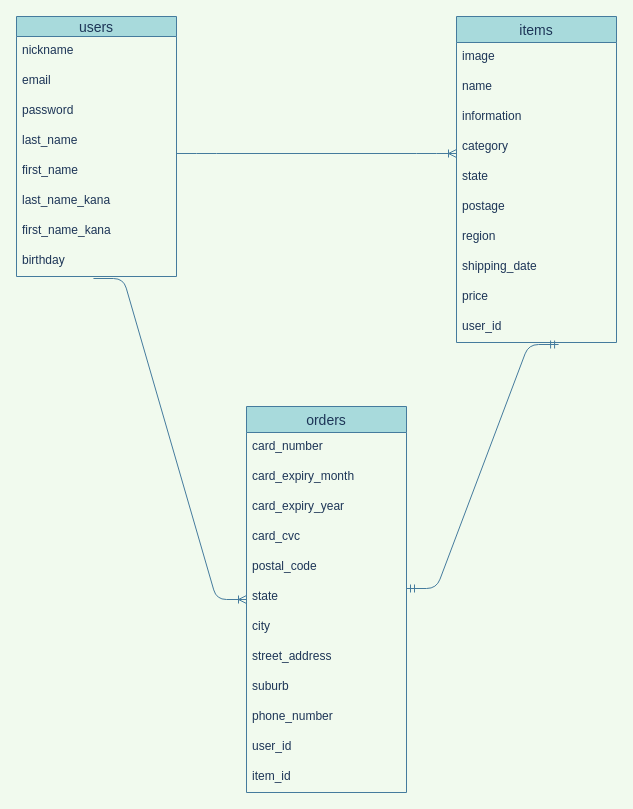
This is ER.dio from hosshan0514/furima-35428, a draw.io file, before an edit. Source tidied: cells renumbered, new cells numbered last; positions are measured from the earlier drawing's top-left corner, leaving out a move shared by most shapes. Both pictures are drawn from the tidied source at 100%, with x=0, y=0 at pixel (16, 16).
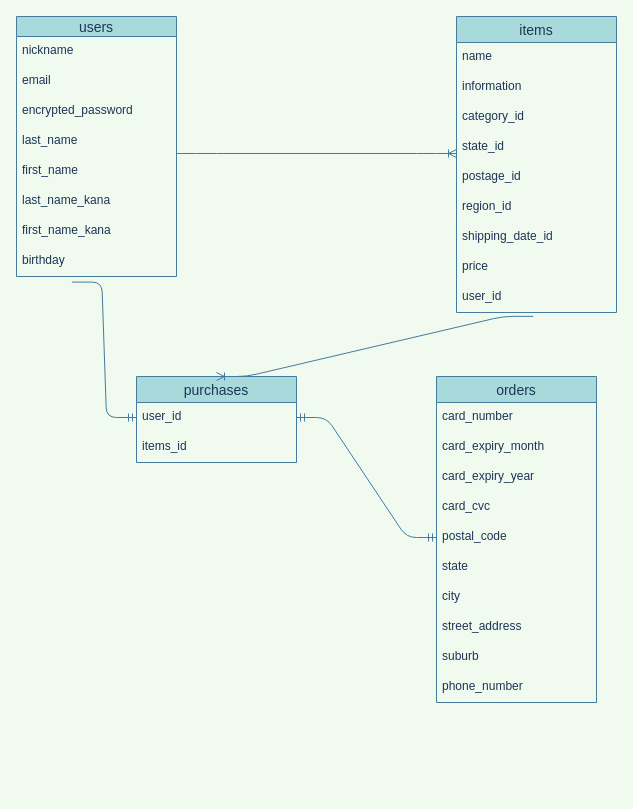
After the change.

Commit message (it also covers changes not shown here):
データベース設計：修正１回目

Unchanged cells that the change refers to:
```xml
<mxCell id="2" value="users" style="swimlane;fontStyle=0;horizontal=1;startSize=20;align=center;fontSize=14;fillColor=#A8DADC;strokeColor=#457B9D;fontColor=#1D3557;" parent="1" vertex="1">
  <mxGeometry width="160" height="260" as="geometry" />
</mxCell>
<mxCell id="7" value="first_name" style="text;strokeColor=none;fillColor=none;spacingLeft=4;spacingRight=4;overflow=hidden;points=[[0,0.5],[1,0.5]];portConstraint=eastwest;fontSize=12;fontColor=#1D3557;" parent="2" vertex="1">
  <mxGeometry y="140" width="160" height="30" as="geometry" />
</mxCell>
<mxCell id="10" value="birthday" style="text;spacingLeft=4;spacingRight=4;overflow=hidden;points=[[0,0.5],[1,0.5]];portConstraint=eastwest;fontSize=12;fontColor=#1D3557;" parent="2" vertex="1">
  <mxGeometry y="230" width="160" height="30" as="geometry" />
</mxCell>
<mxCell id="29" value="postal_code" style="text;strokeColor=none;fillColor=none;spacingLeft=4;spacingRight=4;overflow=hidden;points=[[0,0.5],[1,0.5]];portConstraint=eastwest;fontSize=12;fontColor=#1D3557;" parent="24" vertex="1">
  <mxGeometry y="146" width="160" height="30" as="geometry" />
</mxCell>
<mxCell id="30" value="state" style="text;strokeColor=none;fillColor=none;spacingLeft=4;spacingRight=4;overflow=hidden;points=[[0,0.5],[1,0.5]];portConstraint=eastwest;fontSize=12;fontColor=#1D3557;" parent="24" vertex="1">
  <mxGeometry y="176" width="160" height="30" as="geometry" />
</mxCell>
```

Diff of the diagram source:
```diff
@@
-    <mxCell id="5" value="password&#10;&#10;" style="text;strokeColor=none;fillColor=none;spacingLeft=4;spacingRight=4;overflow=hidden;fontSize=12;fontColor=#1D3557;" parent="2" vertex="1">
+    <mxCell id="5" value="encrypted_password&#10;" style="text;strokeColor=none;fillColor=none;spacingLeft=4;spacingRight=4;overflow=hidden;fontSize=12;fontColor=#1D3557;" parent="2" vertex="1">
       <mxGeometry y="80" width="160" height="30" as="geometry" />
     </mxCell>
@@
-    <mxCell id="11" style="edgeStyle=entityRelationEdgeStyle;fontSize=12;html=1;endArrow=ERoneToMany;exitX=1;exitY=-0.1;exitDx=0;exitDy=0;exitPerimeter=0;labelBackgroundColor=#F1FAEE;strokeColor=#457B9D;fontColor=#1D3557;" parent="1" edge="1" source="7">
+    <mxCell id="11" style="edgeStyle=entityRelationEdgeStyle;fontSize=12;html=1;endArrow=ERoneToMany;exitX=1;exitY=-0.1;exitDx=0;exitDy=0;exitPerimeter=0;strokeColor=#457B9D;fontColor=#1D3557;labelBackgroundColor=#F1FAEE;" parent="1" edge="1" source="7">
       <mxGeometry relative="1" as="geometry">
         <mxPoint x="440" y="137" as="targetPoint" />
       </mxGeometry>
     </mxCell>
     <mxCell id="12" value="items" style="swimlane;fontStyle=0;horizontal=1;startSize=26;align=center;fontSize=14;fillColor=#A8DADC;strokeColor=#457B9D;fontColor=#1D3557;" parent="1" vertex="1">
-      <mxGeometry x="440" width="160" height="326" as="geometry" />
+      <mxGeometry x="440" width="160" height="296" as="geometry" />
     </mxCell>
-    <mxCell id="13" value="image" style="text;strokeColor=none;fillColor=none;spacingLeft=4;spacingRight=4;overflow=hidden;fontSize=12;fontColor=#1D3557;" parent="12" vertex="1">
-      <mxGeometry y="26" width="160" height="30" as="geometry" />
-    </mxCell>
     <mxCell id="14" value="name" style="text;strokeColor=none;fillColor=none;spacingLeft=4;spacingRight=4;overflow=hidden;fontSize=12;fontColor=#1D3557;" parent="12" vertex="1">
-      <mxGeometry y="56" width="160" height="30" as="geometry" />
+      <mxGeometry y="26" width="160" height="30" as="geometry" />
     </mxCell>
     <mxCell id="15" value="information" style="text;strokeColor=none;fillColor=none;spacingLeft=4;spacingRight=4;overflow=hidden;fontSize=12;fontColor=#1D3557;" parent="12" vertex="1">
-      <mxGeometry y="86" width="160" height="30" as="geometry" />
+      <mxGeometry y="56" width="160" height="30" as="geometry" />
     </mxCell>
-    <mxCell id="16" value="category" style="text;strokeColor=none;fillColor=none;spacingLeft=4;spacingRight=4;overflow=hidden;fontSize=12;fontColor=#1D3557;" parent="12" vertex="1">
-      <mxGeometry y="116" width="160" height="30" as="geometry" />
+    <mxCell id="16" value="category_id" style="text;strokeColor=none;fillColor=none;spacingLeft=4;spacingRight=4;overflow=hidden;fontSize=12;fontColor=#1D3557;" parent="12" vertex="1">
+      <mxGeometry y="86" width="160" height="30" as="geometry" />
     </mxCell>
-    <mxCell id="17" value="state" style="text;strokeColor=none;fillColor=none;spacingLeft=4;spacingRight=4;overflow=hidden;fontSize=12;fontColor=#1D3557;" parent="12" vertex="1">
-      <mxGeometry y="146" width="160" height="30" as="geometry" />
+    <mxCell id="17" value="state_id" style="text;strokeColor=none;fillColor=none;spacingLeft=4;spacingRight=4;overflow=hidden;fontSize=12;fontColor=#1D3557;" parent="12" vertex="1">
+      <mxGeometry y="116" width="160" height="30" as="geometry" />
     </mxCell>
-    <mxCell id="18" value="postage" style="text;strokeColor=none;fillColor=none;spacingLeft=4;spacingRight=4;overflow=hidden;fontSize=12;fontColor=#1D3557;" parent="12" vertex="1">
-      <mxGeometry y="176" width="160" height="30" as="geometry" />
+    <mxCell id="18" value="postage_id" style="text;strokeColor=none;fillColor=none;spacingLeft=4;spacingRight=4;overflow=hidden;fontSize=12;fontColor=#1D3557;" parent="12" vertex="1">
+      <mxGeometry y="146" width="160" height="30" as="geometry" />
     </mxCell>
-    <mxCell id="19" value="region" style="text;strokeColor=none;fillColor=none;spacingLeft=4;spacingRight=4;overflow=hidden;fontSize=12;fontColor=#1D3557;" parent="12" vertex="1">
-      <mxGeometry y="206" width="160" height="30" as="geometry" />
+    <mxCell id="19" value="region_id" style="text;strokeColor=none;fillColor=none;spacingLeft=4;spacingRight=4;overflow=hidden;fontSize=12;fontColor=#1D3557;" parent="12" vertex="1">
+      <mxGeometry y="176" width="160" height="30" as="geometry" />
     </mxCell>
-    <mxCell id="20" value="shipping_date" style="text;strokeColor=none;fillColor=none;spacingLeft=4;spacingRight=4;overflow=hidden;fontSize=12;fontColor=#1D3557;" parent="12" vertex="1">
-      <mxGeometry y="236" width="160" height="30" as="geometry" />
+    <mxCell id="20" value="shipping_date_id" style="text;strokeColor=none;fillColor=none;spacingLeft=4;spacingRight=4;overflow=hidden;fontSize=12;fontColor=#1D3557;" parent="12" vertex="1">
+      <mxGeometry y="206" width="160" height="30" as="geometry" />
     </mxCell>
     <mxCell id="21" value="price" style="text;strokeColor=none;fillColor=none;spacingLeft=4;spacingRight=4;overflow=hidden;fontSize=12;fontColor=#1D3557;" parent="12" vertex="1">
-      <mxGeometry y="266" width="160" height="30" as="geometry" />
+      <mxGeometry y="236" width="160" height="30" as="geometry" />
     </mxCell>
     <mxCell id="22" value="user_id" style="text;strokeColor=none;fillColor=none;spacingLeft=4;spacingRight=4;overflow=hidden;points=[[0,0.5],[1,0.5]];portConstraint=eastwest;fontSize=12;fontColor=#1D3557;" parent="12" vertex="1">
-      <mxGeometry y="296" width="160" height="30" as="geometry" />
+      <mxGeometry y="266" width="160" height="30" as="geometry" />
     </mxCell>
-    <mxCell id="23" style="edgeStyle=entityRelationEdgeStyle;fontSize=12;html=1;endArrow=ERoneToMany;exitX=0.481;exitY=1.067;exitDx=0;exitDy=0;exitPerimeter=0;labelBackgroundColor=#F1FAEE;strokeColor=#457B9D;fontColor=#1D3557;" parent="1" edge="1" source="10" target="24">
-      <mxGeometry relative="1" as="geometry" />
-    </mxCell>
     <mxCell id="24" value="orders" style="swimlane;fontStyle=0;horizontal=1;startSize=26;align=center;fontSize=14;fillColor=#A8DADC;strokeColor=#457B9D;fontColor=#1D3557;" parent="1" vertex="1">
-      <mxGeometry x="230" y="390" width="160" height="386" as="geometry" />
+      <mxGeometry x="420" y="360" width="160" height="326" as="geometry" />
     </mxCell>
@@
+    <mxCell id="38" value="purchases" style="swimlane;fontStyle=0;horizontal=1;startSize=26;align=center;fontSize=14;fillColor=#A8DADC;strokeColor=#457B9D;fontColor=#1D3557;" parent="1" vertex="1">
+      <mxGeometry x="120" y="360" width="160" height="86" as="geometry" />
+    </mxCell>
-    <mxCell id="35" value="user_id" style="text;strokeColor=none;fillColor=none;spacingLeft=4;spacingRight=4;overflow=hidden;points=[[0,0.5],[1,0.5]];portConstraint=eastwest;fontSize=12;fontColor=#1D3557;" parent="24" vertex="1">
-      <mxGeometry y="326" width="160" height="30" as="geometry" />
+    <mxCell id="35" value="user_id" style="text;fillColor=none;spacingLeft=4;spacingRight=4;overflow=hidden;points=[[0,0.5],[1,0.5]];portConstraint=eastwest;fontSize=12;fontColor=#1D3557;" parent="38" vertex="1">
+      <mxGeometry y="26" width="160" height="30" as="geometry" />
     </mxCell>
-    <mxCell id="36" value="item_id" style="text;strokeColor=none;fillColor=none;spacingLeft=4;spacingRight=4;overflow=hidden;fontSize=12;fontColor=#1D3557;" parent="24" vertex="1">
-      <mxGeometry y="356" width="160" height="30" as="geometry" />
-    </mxCell>
-    <mxCell id="37" style="edgeStyle=entityRelationEdgeStyle;fontSize=12;html=1;endArrow=ERmandOne;startArrow=ERmandOne;exitX=1;exitY=0.2;exitDx=0;exitDy=0;exitPerimeter=0;entryX=0.638;entryY=1.067;entryDx=0;entryDy=0;entryPerimeter=0;labelBackgroundColor=#F1FAEE;strokeColor=#457B9D;fontColor=#1D3557;" parent="1" edge="1" source="30" target="22">
-      <mxGeometry relative="1" as="geometry" />
-    </mxCell>
+    <mxCell id="39" value="items_id" style="text;strokeColor=none;fillColor=none;spacingLeft=4;spacingRight=4;overflow=hidden;fontSize=12;fontColor=#1D3557;" parent="38" vertex="1">
+      <mxGeometry y="56" width="160" height="30" as="geometry" />
+    </mxCell>
+    <mxCell id="40" style="edgeStyle=entityRelationEdgeStyle;fontSize=12;html=1;endArrow=ERmandOne;strokeColor=#457B9D;fillColor=#A8DADC;exitX=0.346;exitY=1.186;exitDx=0;exitDy=0;exitPerimeter=0;entryX=0;entryY=0.5;entryDx=0;entryDy=0;" parent="1" edge="1" source="10" target="35">
+      <mxGeometry relative="1" as="geometry" />
+    </mxCell>
+    <mxCell id="41" style="edgeStyle=entityRelationEdgeStyle;fontSize=12;html=1;endArrow=ERmandOne;startArrow=ERmandOne;strokeColor=#457B9D;fillColor=#A8DADC;exitX=1;exitY=0.5;exitDx=0;exitDy=0;entryX=0;entryY=0.5;entryDx=0;entryDy=0;" parent="1" edge="1" source="35" target="29">
+      <mxGeometry relative="1" as="geometry" />
+    </mxCell>
+    <mxCell id="42" style="edgeStyle=entityRelationEdgeStyle;fontSize=12;html=1;endArrow=ERoneToMany;strokeColor=#457B9D;fillColor=#A8DADC;exitX=0.48;exitY=1.129;exitDx=0;exitDy=0;exitPerimeter=0;entryX=0.5;entryY=0;entryDx=0;entryDy=0;" parent="1" edge="1" source="22" target="38">
+      <mxGeometry relative="1" as="geometry" />
+    </mxCell>
```
